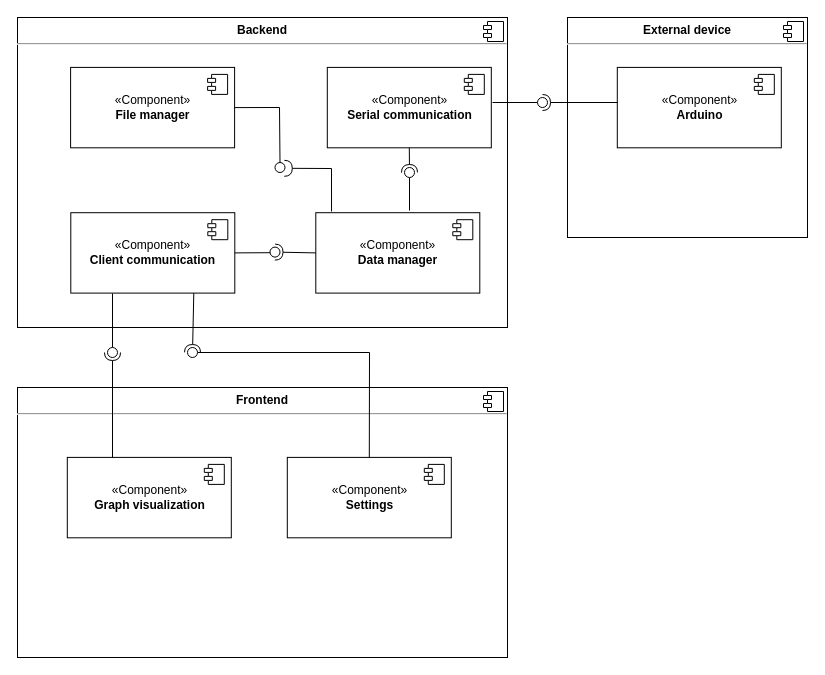
This is application/Documents/raw_files/component_diagram.drawio from TIS2019-FMFI/ims-spectrometer, a draw.io file, before an edit. Source tidied: cells renumbered, new cells numbered last; positions are measured from the earlier drawing's top-left corner, leaving out a move shared by most shapes. Both pictures are drawn from the tidied source at 100%, with x=0, y=0 at pixel (17, 17).
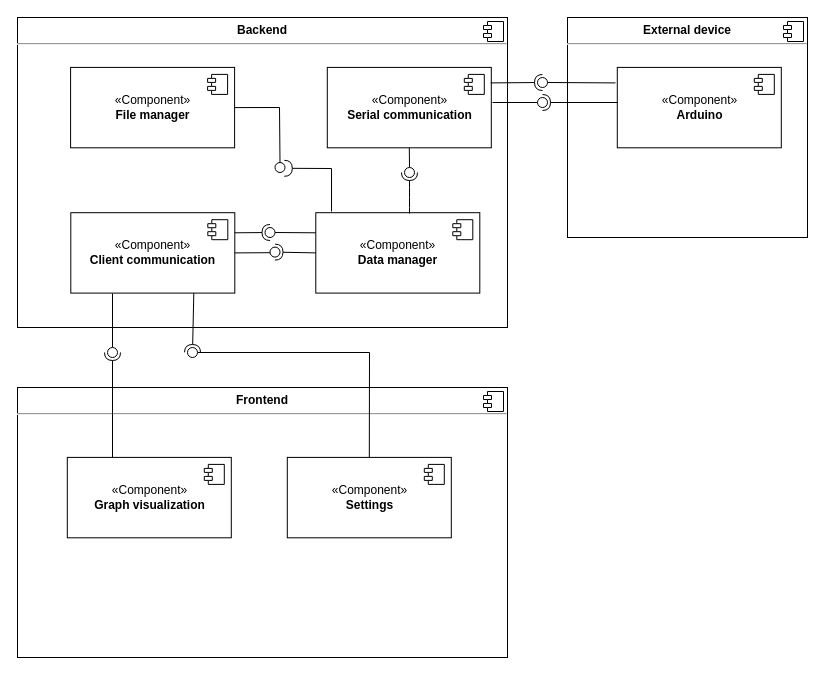
After the change.

Unchanged cells that the change refers to:
```xml
<mxCell id="2" value="&lt;p style=&quot;margin: 0px ; margin-top: 6px ; text-align: center&quot;&gt;&lt;b&gt;Backend&lt;/b&gt;&lt;/p&gt;&lt;hr&gt;&lt;p style=&quot;margin: 0px ; margin-left: 8px&quot;&gt;&lt;br&gt;&lt;/p&gt;" style="align=left;overflow=fill;html=1;" parent="1" vertex="1">
  <mxGeometry width="490" height="310" as="geometry" />
</mxCell>
<mxCell id="4" value="«Component»&lt;br&gt;&lt;b&gt;Serial communication&lt;/b&gt;" style="html=1;" parent="2" vertex="1">
  <mxGeometry x="309.8" y="49.9" width="164" height="80.4" as="geometry" />
</mxCell>
<mxCell id="6" value="«Component»&lt;br&gt;&lt;b&gt;Data manager&lt;/b&gt;" style="html=1;" parent="2" vertex="1">
  <mxGeometry x="298.3" y="195.2" width="164" height="80.4" as="geometry" />
</mxCell>
<mxCell id="8" value="«Component»&lt;br&gt;&lt;b&gt;Client communication&lt;/b&gt;" style="html=1;" parent="2" vertex="1">
  <mxGeometry x="53.3" y="195.2" width="164" height="80.4" as="geometry" />
</mxCell>
<mxCell id="23" value="«Component»&lt;br&gt;&lt;b&gt;Arduino&lt;/b&gt;" style="html=1;" parent="21" vertex="1">
  <mxGeometry x="49.8" y="49.9" width="164" height="80.4" as="geometry" />
</mxCell>
```

What changed in the source:
```diff
@@
-    <mxCell id="15" style="rounded=0;jettySize=auto;html=1;endArrow=none;endFill=0;" parent="2" edge="1" target="17">
-      <mxGeometry relative="1" as="geometry">
-        <mxPoint x="392" y="193" as="sourcePoint" />
-      </mxGeometry>
+    <mxCell id="15" style="rounded=0;jettySize=auto;html=1;endArrow=none;endFill=0;exitX=0.5;exitY=1;exitDx=0;exitDy=0;" parent="2" edge="1" source="4" target="17">
+      <mxGeometry relative="1" as="geometry" />
     </mxCell>
-    <mxCell id="16" style="rounded=0;jettySize=auto;html=1;endArrow=halfCircle;endFill=0;entryX=0.5;entryY=0.5;entryDx=0;entryDy=0;endSize=6;strokeWidth=1;exitX=0.5;exitY=1;exitDx=0;exitDy=0;" parent="2" edge="1" source="4" target="17">
-      <mxGeometry relative="1" as="geometry" />
+    <mxCell id="16" style="rounded=0;jettySize=auto;html=1;endArrow=halfCircle;endFill=0;entryX=0.5;entryY=0.5;entryDx=0;entryDy=0;endSize=6;strokeWidth=1;" parent="2" edge="1" target="17">
+      <mxGeometry relative="1" as="geometry">
+        <mxPoint x="392" y="196" as="sourcePoint" />
+        <Array as="points">
+          <mxPoint x="392" y="190" />
+          <mxPoint x="392" y="180" />
+          <mxPoint x="392" y="170" />
+        </Array>
+      </mxGeometry>
     </mxCell>
-    <mxCell id="17" style="ellipse;whiteSpace=wrap;html=1;fontFamily=Helvetica;fontSize=12;fontColor=#000000;align=center;strokeColor=#000000;fillColor=#ffffff;points=[];" parent="2" vertex="1">
+    <mxCell id="17" style="ellipse;whiteSpace=wrap;html=1;fontFamily=Helvetica;fontSize=12;fontColor=#000000;align=center;strokeColor=#000000;fillColor=#ffffff;points=[];direction=south;rotation=180;" parent="2" vertex="1">
       <mxGeometry x="387" y="150" width="10" height="10" as="geometry" />
     </mxCell>
@@
+    <mxCell id="40" style="rounded=0;jettySize=auto;html=1;endArrow=none;endFill=0;exitX=0;exitY=0.25;exitDx=0;exitDy=0;" parent="2" edge="1" source="6" target="42">
+      <mxGeometry relative="1" as="geometry" />
+    </mxCell>
+    <mxCell id="41" style="rounded=0;jettySize=auto;html=1;endArrow=halfCircle;endFill=0;entryX=0.5;entryY=0.5;entryDx=0;entryDy=0;endSize=6;strokeWidth=1;exitX=1;exitY=0.25;exitDx=0;exitDy=0;" parent="2" edge="1" source="8" target="42">
+      <mxGeometry relative="1" as="geometry" />
+    </mxCell>
+    <mxCell id="42" style="ellipse;whiteSpace=wrap;html=1;fontFamily=Helvetica;fontSize=12;fontColor=#000000;align=center;strokeColor=#000000;fillColor=#ffffff;points=[];" parent="2" vertex="1">
+      <mxGeometry x="247.5" y="210" width="10" height="10" as="geometry" />
+    </mxCell>
@@
+    <mxCell id="43" style="rounded=0;jettySize=auto;html=1;endArrow=none;endFill=0;exitX=-0.011;exitY=0.193;exitDx=0;exitDy=0;exitPerimeter=0;" parent="1" edge="1" source="23" target="45">
+      <mxGeometry relative="1" as="geometry" />
+    </mxCell>
+    <mxCell id="44" style="rounded=0;jettySize=auto;html=1;endArrow=halfCircle;endFill=0;entryX=0.5;entryY=0.5;entryDx=0;entryDy=0;endSize=6;strokeWidth=1;exitX=0.996;exitY=0.193;exitDx=0;exitDy=0;exitPerimeter=0;" parent="1" edge="1" source="4" target="45">
+      <mxGeometry relative="1" as="geometry" />
+    </mxCell>
+    <mxCell id="45" style="ellipse;whiteSpace=wrap;html=1;fontFamily=Helvetica;fontSize=12;fontColor=#000000;align=center;strokeColor=#000000;fillColor=#ffffff;points=[];" parent="1" vertex="1">
+      <mxGeometry x="520" y="60" width="10" height="10" as="geometry" />
+    </mxCell>
```
